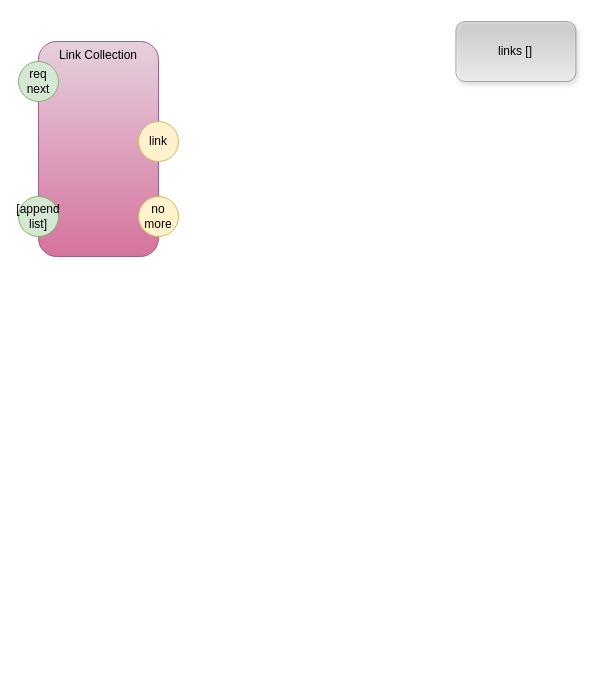
guitarvydas/pypm keeps this draw.io diagram as page "Link Collection" (5 of 5) of tpoc/pmcopy.drawio. Above is the earlier version. Source tidied: cells renumbered, new cells numbered last; positions are measured from the earlier drawing's top-left corner, leaving out a move shared by most shapes. Both pictures are drawn from the tidied source at 100%, with x=0, y=0 at pixel (18, 21).
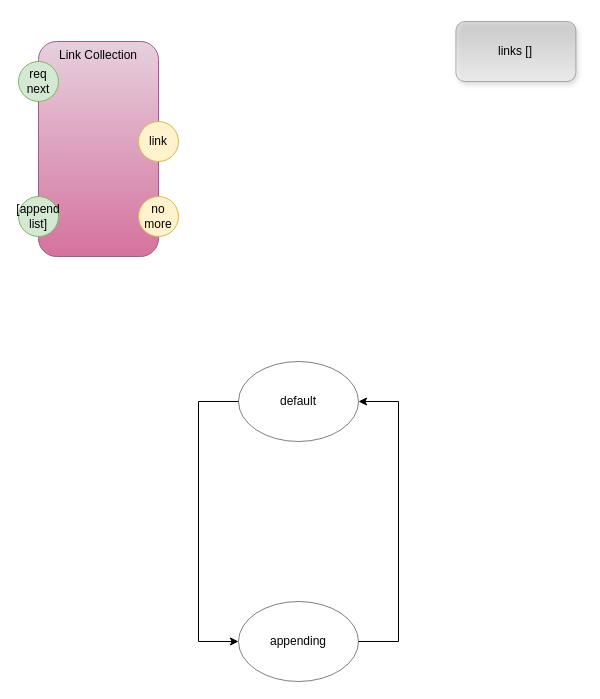
After the change.

What changed in the source:
```diff
@@
 <mxGraphModel>
   <root>
     <mxCell id="0" />
     <mxCell id="1" parent="0" />
     <mxCell id="2" value="links []" style="rounded=1;whiteSpace=wrap;html=1;shadow=1;opacity=50;gradientColor=#b3b3b3;fillColor=#f5f5f5;strokeColor=#666666;gradientDirection=north;" parent="1" vertex="1">
       <mxGeometry x="437.4" width="120" height="60" as="geometry" />
     </mxCell>
     <mxCell id="3" value="Link Collection" style="rounded=1;whiteSpace=wrap;html=1;horizontal=1;verticalAlign=top;fillColor=#e6d0de;strokeColor=#996185;gradientColor=#d5739d;" parent="1" vertex="1">
       <mxGeometry x="20" y="20" width="120" height="215" as="geometry" />
     </mxCell>
     <mxCell id="4" value="[append list]" style="ellipse;whiteSpace=wrap;html=1;fillColor=#d5e8d4;strokeColor=#82b366;" parent="1" vertex="1">
       <mxGeometry y="175" width="40" height="40" as="geometry" />
     </mxCell>
     <mxCell id="5" value="link" style="ellipse;whiteSpace=wrap;html=1;fillColor=#fff2cc;strokeColor=#d6b656;" parent="1" vertex="1">
       <mxGeometry x="120" y="100" width="40" height="40" as="geometry" />
     </mxCell>
     <mxCell id="6" value="no more" style="ellipse;whiteSpace=wrap;html=1;fillColor=#fff2cc;strokeColor=#d6b656;" parent="1" vertex="1">
       <mxGeometry x="120" y="175" width="40" height="40" as="geometry" />
     </mxCell>
     <mxCell id="7" value="req next" style="ellipse;whiteSpace=wrap;html=1;fillColor=#d5e8d4;strokeColor=#82b366;" parent="1" vertex="1">
       <mxGeometry y="40" width="40" height="40" as="geometry" />
     </mxCell>
+    <mxCell id="8" style="edgeStyle=orthogonalEdgeStyle;rounded=0;jettySize=auto;html=1;exitX=0;exitY=0.5;exitDx=0;exitDy=0;entryX=0;entryY=0.5;entryDx=0;entryDy=0;" parent="1" edge="1" source="9" target="11">
+      <mxGeometry relative="1" as="geometry">
+        <Array as="points">
+          <mxPoint x="180" y="380" />
+          <mxPoint x="180" y="620" />
+        </Array>
+      </mxGeometry>
+    </mxCell>
+    <mxCell id="9" value="default" style="ellipse;whiteSpace=wrap;html=1;shadow=0;opacity=50;fillColor=none;" parent="1" vertex="1">
+      <mxGeometry x="220" y="340" width="120" height="80" as="geometry" />
+    </mxCell>
+    <mxCell id="10" style="edgeStyle=orthogonalEdgeStyle;jettySize=auto;html=1;exitX=1;exitY=0.5;exitDx=0;exitDy=0;entryX=1;entryY=0.5;entryDx=0;entryDy=0;rounded=0;" parent="1" edge="1" source="11" target="9">
+      <mxGeometry relative="1" as="geometry">
+        <Array as="points">
+          <mxPoint x="380" y="620" />
+          <mxPoint x="380" y="380" />
+        </Array>
+      </mxGeometry>
+    </mxCell>
+    <mxCell id="11" value="appending" style="ellipse;whiteSpace=wrap;html=1;shadow=0;opacity=50;fillColor=none;" parent="1" vertex="1">
+      <mxGeometry x="220" y="580" width="120" height="80" as="geometry" />
+    </mxCell>
   </root>
 </mxGraphModel>
```
